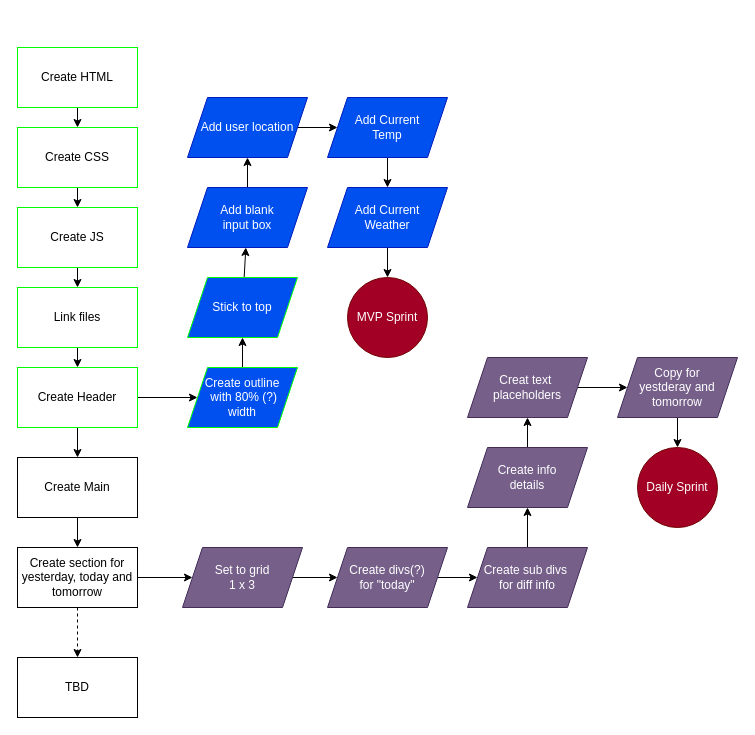
This is page "Design Sprint" (2 of 4) of Planner.drawio from DayHikari/WeatherApp, a draw.io file, before an edit. Source tidied: cells renumbered, new cells numbered last; positions are measured from the earlier drawing's top-left corner, leaving out a move shared by most shapes. Both pictures are drawn from the tidied source at 100%, with x=0, y=0 at pixel (17, 17).
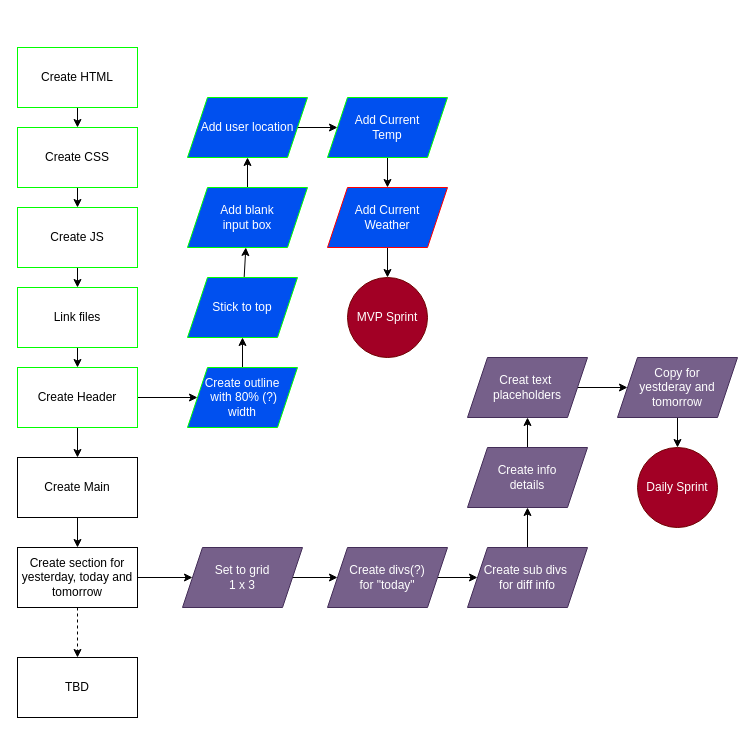
Above is the later version.

Commit message (it also covers changes not shown here):
Location generating function completed

What changed in the source:
```diff
@@
-    <mxCell id="18" value="Add blank &lt;br&gt;input box" style="shape=parallelogram;perimeter=parallelogramPerimeter;whiteSpace=wrap;html=1;fixedSize=1;fillColor=#0050ef;fontColor=#ffffff;strokeColor=#001DBC;" parent="1" vertex="1">
+    <mxCell id="18" value="Add blank &lt;br&gt;input box" style="shape=parallelogram;perimeter=parallelogramPerimeter;whiteSpace=wrap;html=1;fixedSize=1;fillColor=#0050ef;fontColor=#ffffff;strokeColor=#00FF00;" parent="1" vertex="1">
       <mxGeometry x="170" y="170" width="120" height="60" as="geometry" />
     </mxCell>
@@
-    <mxCell id="20" value="Add user location" style="shape=parallelogram;perimeter=parallelogramPerimeter;whiteSpace=wrap;html=1;fixedSize=1;fillColor=#0050ef;fontColor=#ffffff;strokeColor=#001DBC;" parent="1" vertex="1">
+    <mxCell id="20" value="Add user location" style="shape=parallelogram;perimeter=parallelogramPerimeter;whiteSpace=wrap;html=1;fixedSize=1;fillColor=#0050ef;fontColor=#ffffff;strokeColor=#00FF00;" parent="1" vertex="1">
       <mxGeometry x="170" y="80" width="120" height="60" as="geometry" />
     </mxCell>
@@
-    <mxCell id="22" value="Add Current &lt;br&gt;Temp" style="shape=parallelogram;perimeter=parallelogramPerimeter;whiteSpace=wrap;html=1;fixedSize=1;fillColor=#0050ef;fontColor=#ffffff;strokeColor=#001DBC;" parent="1" vertex="1">
+    <mxCell id="22" value="Add Current &lt;br&gt;Temp" style="shape=parallelogram;perimeter=parallelogramPerimeter;whiteSpace=wrap;html=1;fixedSize=1;fillColor=#0050ef;fontColor=#ffffff;strokeColor=#00FF00;" parent="1" vertex="1">
       <mxGeometry x="310" y="80" width="120" height="60" as="geometry" />
     </mxCell>
@@
-    <mxCell id="24" value="Add Current &lt;br&gt;Weather" style="shape=parallelogram;perimeter=parallelogramPerimeter;whiteSpace=wrap;html=1;fixedSize=1;fillColor=#0050ef;fontColor=#ffffff;strokeColor=#001DBC;" parent="1" vertex="1">
+    <mxCell id="24" value="Add Current &lt;br&gt;Weather" style="shape=parallelogram;perimeter=parallelogramPerimeter;whiteSpace=wrap;html=1;fixedSize=1;fillColor=#0050ef;fontColor=#ffffff;strokeColor=#FF0000;" parent="1" vertex="1">
       <mxGeometry x="310" y="170" width="120" height="60" as="geometry" />
     </mxCell>
```
